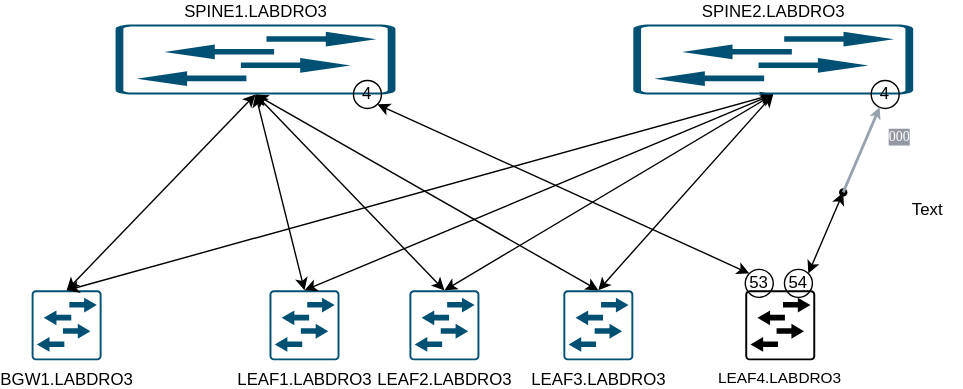
thedenman/flow keeps this draw.io diagram as distri_lab.svg. Above is the earlier version. Source tidied: cells renumbered, new cells last; positions are measured from the earlier drawing's top-left corner, leaving out a move shared by most shapes. Its diagram source:
```xml
<mxGraphModel background="#ffffff">
  <root>
    <mxCell id="0" />
    <mxCell id="1" parent="0" />
    <mxCell id="2" value="BGW1.LABDRO3" style="sketch=0;points=[[0.015,0.015,0],[0.985,0.015,0],[0.985,0.985,0],[0.015,0.985,0],[0.25,0,0],[0.5,0,0],[0.75,0,0],[1,0.25,0],[1,0.5,0],[1,0.75,0],[0.75,1,0],[0.5,1,0],[0.25,1,0],[0,0.75,0],[0,0.5,0],[0,0.25,0]];verticalLabelPosition=bottom;html=1;verticalAlign=top;align=center;shape=mxgraph.cisco19.rect;prIcon=l2_switch;fillColor=none;strokeColor=#005073;" parent="1" vertex="1">
      <mxGeometry y="190" width="50" height="50" as="geometry" />
    </mxCell>
    <mxCell id="3" value="LEAF1.LABDRO3" style="sketch=0;points=[[0.015,0.015,0],[0.985,0.015,0],[0.985,0.985,0],[0.015,0.985,0],[0.25,0,0],[0.5,0,0],[0.75,0,0],[1,0.25,0],[1,0.5,0],[1,0.75,0],[0.75,1,0],[0.5,1,0],[0.25,1,0],[0,0.75,0],[0,0.5,0],[0,0.25,0]];verticalLabelPosition=bottom;html=1;verticalAlign=top;align=center;shape=mxgraph.cisco19.rect;prIcon=l2_switch;fillColor=none;strokeColor=#005073;" parent="1" vertex="1">
      <mxGeometry x="170" y="190" width="50" height="50" as="geometry" />
    </mxCell>
    <object id="4" label="SPINE1.LABDRO3" placeholders="1">
      <mxCell style="sketch=0;points=[[0.015,0.015,0],[0.985,0.015,0],[0.985,0.985,0],[0.015,0.985,0],[0.25,0,0],[0.5,0,0],[0.75,0,0],[1,0.25,0],[1,0.5,0],[1,0.75,0],[0.75,1,0],[0.5,1,0],[0.25,1,0],[0,0.75,0],[0,0.5,0],[0,0.25,0]];verticalLabelPosition=top;html=1;verticalAlign=bottom;align=center;shape=mxgraph.cisco19.rect;prIcon=l2_switch;fillColor=none;strokeColor=#005073;labelPosition=center;" parent="1" vertex="1">
        <mxGeometry x="60" width="200" height="50" as="geometry" />
      </mxCell>
    </object>
    <mxCell id="5" value="LEAF2.LABDRO3" style="sketch=0;points=[[0.015,0.015,0],[0.985,0.015,0],[0.985,0.985,0],[0.015,0.985,0],[0.25,0,0],[0.5,0,0],[0.75,0,0],[1,0.25,0],[1,0.5,0],[1,0.75,0],[0.75,1,0],[0.5,1,0],[0.25,1,0],[0,0.75,0],[0,0.5,0],[0,0.25,0]];verticalLabelPosition=bottom;html=1;verticalAlign=top;align=center;shape=mxgraph.cisco19.rect;prIcon=l2_switch;fillColor=none;strokeColor=#005073;" parent="1" vertex="1">
      <mxGeometry x="270" y="190" width="50" height="50" as="geometry" />
    </mxCell>
    <mxCell id="6" value="LEAF3.LABDRO3" style="sketch=0;points=[[0.015,0.015,0],[0.985,0.015,0],[0.985,0.985,0],[0.015,0.985,0],[0.25,0,0],[0.5,0,0],[0.75,0,0],[1,0.25,0],[1,0.5,0],[1,0.75,0],[0.75,1,0],[0.5,1,0],[0.25,1,0],[0,0.75,0],[0,0.5,0],[0,0.25,0]];verticalLabelPosition=bottom;html=1;verticalAlign=top;align=center;shape=mxgraph.cisco19.rect;prIcon=l2_switch;fillColor=none;strokeColor=#005073;" parent="1" vertex="1">
      <mxGeometry x="380" y="190" width="50" height="50" as="geometry" />
    </mxCell>
    <object id="7" label="&lt;font style=&quot;font-size: 11px;&quot;&gt;LEAF4.LABDRO3&lt;/font&gt;" placeholders="1">
      <mxCell style="verticalLabelPosition=bottom;html=1;verticalAlign=top;align=center;shape=mxgraph.cisco19.rect;prIcon=l2_switch;fillColor=default;strokeColor=default;whiteSpace=wrap;fillStyle=auto;labelPosition=center;fontSize=8;shadow=0;" parent="1" vertex="1">
        <mxGeometry x="510" y="190" width="50" height="50" as="geometry" />
      </mxCell>
    </object>
    <mxCell id="8" style="endArrow=classic;startArrow=classic;html=1;rounded=0;exitX=0.5;exitY=0;exitDx=0;exitDy=0;exitPerimeter=0;entryX=0.5;entryY=1;entryDx=0;entryDy=0;entryPerimeter=0;" parent="1" edge="1" source="3" target="4">
      <mxGeometry relative="1" as="geometry" />
    </mxCell>
    <mxCell id="9" style="endArrow=classic;startArrow=classic;html=1;rounded=0;entryX=0.5;entryY=1;entryDx=0;entryDy=0;entryPerimeter=0;exitX=0.5;exitY=0;exitDx=0;exitDy=0;exitPerimeter=0;" parent="1" edge="1" source="5" target="4">
      <mxGeometry relative="1" as="geometry" />
    </mxCell>
    <mxCell id="10" style="endArrow=classic;startArrow=classic;html=1;rounded=0;exitX=0.5;exitY=0;exitDx=0;exitDy=0;exitPerimeter=0;entryX=0.5;entryY=1;entryDx=0;entryDy=0;entryPerimeter=0;" parent="1" edge="1" source="2" target="4">
      <mxGeometry relative="1" as="geometry" />
    </mxCell>
    <mxCell id="11" style="endArrow=classic;startArrow=classic;html=1;rounded=0;exitX=0.5;exitY=0;exitDx=0;exitDy=0;exitPerimeter=0;entryX=0.5;entryY=1;entryDx=0;entryDy=0;entryPerimeter=0;" parent="1" edge="1" source="2" target="17">
      <mxGeometry relative="1" as="geometry" />
    </mxCell>
    <mxCell id="12" style="endArrow=classic;startArrow=classic;html=1;rounded=0;exitX=0.5;exitY=0;exitDx=0;exitDy=0;exitPerimeter=0;entryX=0.5;entryY=1;entryDx=0;entryDy=0;entryPerimeter=0;" parent="1" edge="1" source="6" target="4">
      <mxGeometry relative="1" as="geometry" />
    </mxCell>
    <mxCell id="13" style="endArrow=classic;startArrow=classic;html=1;rounded=0;exitX=0.5;exitY=0;exitDx=0;exitDy=0;exitPerimeter=0;entryX=0.5;entryY=1;entryDx=0;entryDy=0;entryPerimeter=0;" parent="1" edge="1" source="3" target="17">
      <mxGeometry relative="1" as="geometry" />
    </mxCell>
    <mxCell id="14" style="endArrow=classic;startArrow=classic;html=1;rounded=0;exitX=0.5;exitY=0;exitDx=0;exitDy=0;exitPerimeter=0;entryX=0.5;entryY=1;entryDx=0;entryDy=0;entryPerimeter=0;" parent="1" edge="1" source="5" target="17">
      <mxGeometry relative="1" as="geometry" />
    </mxCell>
    <mxCell id="15" style="endArrow=classic;startArrow=classic;html=1;rounded=0;exitX=0.5;exitY=0;exitDx=0;exitDy=0;exitPerimeter=0;entryX=0.5;entryY=1;entryDx=0;entryDy=0;entryPerimeter=0;" parent="1" edge="1" source="6" target="17">
      <mxGeometry relative="1" as="geometry" />
    </mxCell>
    <mxCell id="16" value="54" style="ellipse;whiteSpace=wrap;html=1;fillColor=none;strokeColor=default;" parent="1" vertex="1">
      <mxGeometry x="538" y="175" width="20" height="20" as="geometry" />
    </mxCell>
    <mxCell id="17" value="SPINE2.LABDRO3" style="sketch=0;points=[[0.015,0.015,0],[0.985,0.015,0],[0.985,0.985,0],[0.015,0.985,0],[0.25,0,0],[0.5,0,0],[0.75,0,0],[1,0.25,0],[1,0.5,0],[1,0.75,0],[0.75,1,0],[0.5,1,0],[0.25,1,0],[0,0.75,0],[0,0.5,0],[0,0.25,0]];verticalLabelPosition=top;html=1;verticalAlign=bottom;align=center;shape=mxgraph.cisco19.rect;prIcon=l2_switch;fillColor=none;strokeColor=#005073;labelPosition=center;" parent="1" vertex="1">
      <mxGeometry x="430" width="200" height="50" as="geometry" />
    </mxCell>
    <mxCell id="18" value="53" style="ellipse;whiteSpace=wrap;html=1;fillColor=none;strokeColor=default;" parent="1" vertex="1">
      <mxGeometry x="510" y="175" width="20" height="20" as="geometry" />
    </mxCell>
    <mxCell id="19" style="endArrow=classic;html=1;rounded=0;entryX=0;entryY=0;entryDx=0;entryDy=0;exitX=1;exitY=1;exitDx=0;exitDy=0;endFill=1;startArrow=classic;startFill=1;" parent="1" edge="1" source="21" target="18">
      <mxGeometry relative="1" as="geometry" />
    </mxCell>
    <mxCell id="20" value="4" style="ellipse;whiteSpace=wrap;html=1;fillColor=none;strokeColor=default;" parent="1" vertex="1">
      <mxGeometry x="600" y="40" width="20" height="20" as="geometry" />
    </mxCell>
    <mxCell id="21" value="4" style="ellipse;whiteSpace=wrap;html=1;fillColor=none;strokeColor=default;" parent="1" vertex="1">
      <mxGeometry x="230" y="40" width="20" height="20" as="geometry" />
    </mxCell>
    <mxCell id="22" style="shape=waypoint;sketch=0;fillStyle=solid;size=6;points=[];fillColor=none;perimeter=centerPerimeter;snapToPoint=1;" parent="1" vertex="1">
      <mxGeometry x="570" y="110" width="20" height="20" as="geometry" />
    </mxCell>
    <mxCell id="23" style="endArrow=classic;html=1;rounded=0;entryX=1;entryY=0;entryDx=0;entryDy=0;endFill=1;startArrow=classic;startFill=1;" parent="1" edge="1" source="22" target="16">
      <mxGeometry relative="1" as="geometry" />
    </mxCell>
    <mxCell id="24" value="000" style="rounded=0;html=1;startSize=6;endArrow=classic;endFill=1;endSize=2;fontSize=10;strokeColor=#98A2AE;fontColor=#FFFFFF;textOpacity=60;labelBackgroundColor=#4D5766;jumpStyle=gap;strokeWidth=2;fontFamily=Google Sans;fontSource=https%3A%2F%2Ffonts.googleapis.com%2Fcss%3Ffamily%3DGoogle%2BSans;" parent="1" edge="1" source="22" target="20">
      <mxGeometry x="0.59" y="-21" relative="1" as="geometry" />
    </mxCell>
    <mxCell id="25" value="Text" style="text;html=1;align=center;verticalAlign=middle;strokeColor=none;fillColor=none;" parent="1" vertex="1">
      <mxGeometry x="615" y="118" width="50" height="30" as="geometry" />
    </mxCell>
  </root>
</mxGraphModel>
```
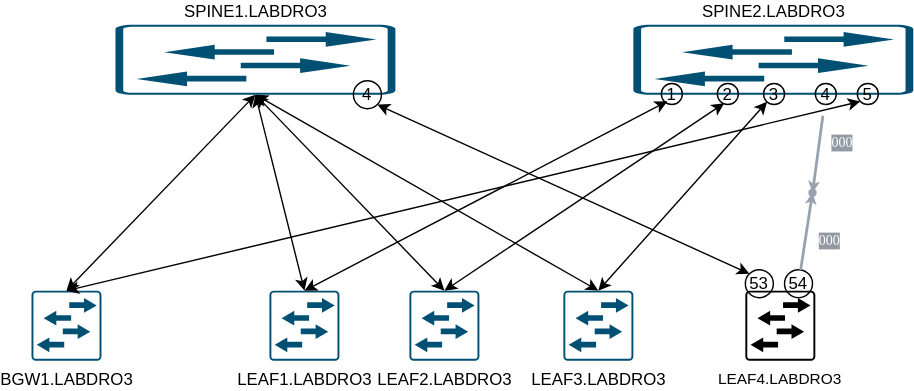
Later version of the same file.

Change to the diagram source:
```diff
@@ -33,19 +33,19 @@
     <mxCell id="10" style="endArrow=classic;startArrow=classic;html=1;rounded=0;exitX=0.5;exitY=0;exitDx=0;exitDy=0;exitPerimeter=0;entryX=0.5;entryY=1;entryDx=0;entryDy=0;entryPerimeter=0;" parent="1" edge="1" source="2" target="4">
       <mxGeometry relative="1" as="geometry" />
     </mxCell>
-    <mxCell id="11" style="endArrow=classic;startArrow=classic;html=1;rounded=0;exitX=0.5;exitY=0;exitDx=0;exitDy=0;exitPerimeter=0;entryX=0.5;entryY=1;entryDx=0;entryDy=0;entryPerimeter=0;" parent="1" edge="1" source="2" target="17">
+    <mxCell id="11" style="endArrow=classic;startArrow=classic;html=1;rounded=0;exitX=0.5;exitY=0;exitDx=0;exitDy=0;exitPerimeter=0;entryX=0;entryY=1;entryDx=0;entryDy=0;" parent="1" edge="1" source="2" target="31">
       <mxGeometry relative="1" as="geometry" />
     </mxCell>
     <mxCell id="12" style="endArrow=classic;startArrow=classic;html=1;rounded=0;exitX=0.5;exitY=0;exitDx=0;exitDy=0;exitPerimeter=0;entryX=0.5;entryY=1;entryDx=0;entryDy=0;entryPerimeter=0;" parent="1" edge="1" source="6" target="4">
       <mxGeometry relative="1" as="geometry" />
     </mxCell>
-    <mxCell id="13" style="endArrow=classic;startArrow=classic;html=1;rounded=0;exitX=0.5;exitY=0;exitDx=0;exitDy=0;exitPerimeter=0;entryX=0.5;entryY=1;entryDx=0;entryDy=0;entryPerimeter=0;" parent="1" edge="1" source="3" target="17">
+    <mxCell id="13" style="endArrow=classic;startArrow=classic;html=1;rounded=0;exitX=0.5;exitY=0;exitDx=0;exitDy=0;exitPerimeter=0;entryX=0.285;entryY=0.844;entryDx=0;entryDy=0;entryPerimeter=0;" parent="1" edge="1" source="3" target="30">
       <mxGeometry relative="1" as="geometry" />
     </mxCell>
-    <mxCell id="14" style="endArrow=classic;startArrow=classic;html=1;rounded=0;exitX=0.5;exitY=0;exitDx=0;exitDy=0;exitPerimeter=0;entryX=0.5;entryY=1;entryDx=0;entryDy=0;entryPerimeter=0;" parent="1" edge="1" source="5" target="17">
+    <mxCell id="14" style="endArrow=classic;startArrow=classic;html=1;rounded=0;exitX=0.5;exitY=0;exitDx=0;exitDy=0;exitPerimeter=0;entryX=0.326;entryY=0.937;entryDx=0;entryDy=0;entryPerimeter=0;" parent="1" edge="1" source="5" target="29">
       <mxGeometry relative="1" as="geometry" />
     </mxCell>
-    <mxCell id="15" style="endArrow=classic;startArrow=classic;html=1;rounded=0;exitX=0.5;exitY=0;exitDx=0;exitDy=0;exitPerimeter=0;entryX=0.5;entryY=1;entryDx=0;entryDy=0;entryPerimeter=0;" parent="1" edge="1" source="6" target="17">
+    <mxCell id="15" style="endArrow=classic;startArrow=classic;html=1;rounded=0;exitX=0.5;exitY=0;exitDx=0;exitDy=0;exitPerimeter=0;" parent="1" edge="1" source="6" target="28">
       <mxGeometry relative="1" as="geometry" />
     </mxCell>
     <mxCell id="16" value="54" style="ellipse;whiteSpace=wrap;html=1;fillColor=none;strokeColor=default;" parent="1" vertex="1">
@@ -61,22 +61,31 @@
       <mxGeometry relative="1" as="geometry" />
     </mxCell>
     <mxCell id="20" value="4" style="ellipse;whiteSpace=wrap;html=1;fillColor=none;strokeColor=default;" parent="1" vertex="1">
-      <mxGeometry x="600" y="40" width="20" height="20" as="geometry" />
+      <mxGeometry x="560" y="42" width="15" height="15" as="geometry" />
     </mxCell>
     <mxCell id="21" value="4" style="ellipse;whiteSpace=wrap;html=1;fillColor=none;strokeColor=default;" parent="1" vertex="1">
       <mxGeometry x="230" y="40" width="20" height="20" as="geometry" />
     </mxCell>
-    <mxCell id="22" style="shape=waypoint;sketch=0;fillStyle=solid;size=6;points=[];fillColor=none;perimeter=centerPerimeter;snapToPoint=1;" parent="1" vertex="1">
-      <mxGeometry x="570" y="110" width="20" height="20" as="geometry" />
-    </mxCell>
-    <mxCell id="23" style="endArrow=classic;html=1;rounded=0;entryX=1;entryY=0;entryDx=0;entryDy=0;endFill=1;startArrow=classic;startFill=1;" parent="1" edge="1" source="22" target="16">
-      <mxGeometry relative="1" as="geometry" />
-    </mxCell>
-    <mxCell id="24" value="000" style="rounded=0;html=1;startSize=6;endArrow=classic;endFill=1;endSize=2;fontSize=10;strokeColor=#98A2AE;fontColor=#FFFFFF;textOpacity=60;labelBackgroundColor=#4D5766;jumpStyle=gap;strokeWidth=2;fontFamily=Google Sans;fontSource=https%3A%2F%2Ffonts.googleapis.com%2Fcss%3Ffamily%3DGoogle%2BSans;" parent="1" edge="1" source="22" target="20">
-      <mxGeometry x="0.59" y="-21" relative="1" as="geometry" />
+    <mxCell id="24" value="000" style="rounded=0;html=1;startSize=6;endArrow=classic;endFill=1;endSize=2;fontSize=10;strokeColor=#98A2AE;fontColor=#FFFFFF;textOpacity=60;labelBackgroundColor=#4D5766;jumpStyle=gap;strokeWidth=2;fontFamily=Google Sans;fontSource=https%3A%2F%2Ffonts.googleapis.com%2Fcss%3Ffamily%3DGoogle%2BSans;" parent="1" edge="1" source="20" target="27">
+      <mxGeometry x="-0.22" y="16" relative="1" as="geometry" />
     </mxCell>
-    <mxCell id="25" value="Text" style="text;html=1;align=center;verticalAlign=middle;strokeColor=none;fillColor=none;" parent="1" vertex="1">
-      <mxGeometry x="615" y="118" width="50" height="30" as="geometry" />
-    </mxCell>
+    <mxCell id="26" value="000" style="rounded=0;html=1;startSize=6;endArrow=classic;endFill=1;endSize=2;fontSize=10;strokeColor=#98A2AE;fontColor=#FFFFFF;textOpacity=60;labelBackgroundColor=#4D5766;jumpStyle=gap;strokeWidth=2;fontFamily=Google Sans;fontSource=https%3A%2F%2Ffonts.googleapis.com%2Fcss%3Ffamily%3DGoogle%2BSans;" parent="1" edge="1" source="16" target="27">
+      <mxGeometry x="-0.16" y="-17" relative="1" as="geometry" />
+    </mxCell>
+    <mxCell id="27" style="shape=waypoint;sketch=0;fillStyle=solid;size=6;points=[];fillColor=none;perimeter=centerPerimeter;snapToPoint=1;strokeColor=#98A2AE;" parent="1" vertex="1">
+      <mxGeometry x="548" y="110" width="20" height="20" as="geometry" />
+    </mxCell>
+    <mxCell id="28" value="3" style="ellipse;whiteSpace=wrap;html=1;fillColor=none;strokeColor=default;" parent="1" vertex="1">
+      <mxGeometry x="523" y="42" width="15" height="15" as="geometry" />
+    </mxCell>
+    <mxCell id="29" value="2" style="ellipse;whiteSpace=wrap;html=1;fillColor=none;strokeColor=default;" parent="1" vertex="1">
+      <mxGeometry x="490" y="42" width="15" height="15" as="geometry" />
+    </mxCell>
+    <mxCell id="30" value="1" style="ellipse;whiteSpace=wrap;html=1;fillColor=none;strokeColor=default;" parent="1" vertex="1">
+      <mxGeometry x="450" y="42" width="15" height="15" as="geometry" />
+    </mxCell>
+    <mxCell id="31" value="5" style="ellipse;whiteSpace=wrap;html=1;fillColor=none;strokeColor=default;" parent="1" vertex="1">
+      <mxGeometry x="590" y="42" width="15" height="15" as="geometry" />
+    </mxCell>
   </root>
 </mxGraphModel>
```
